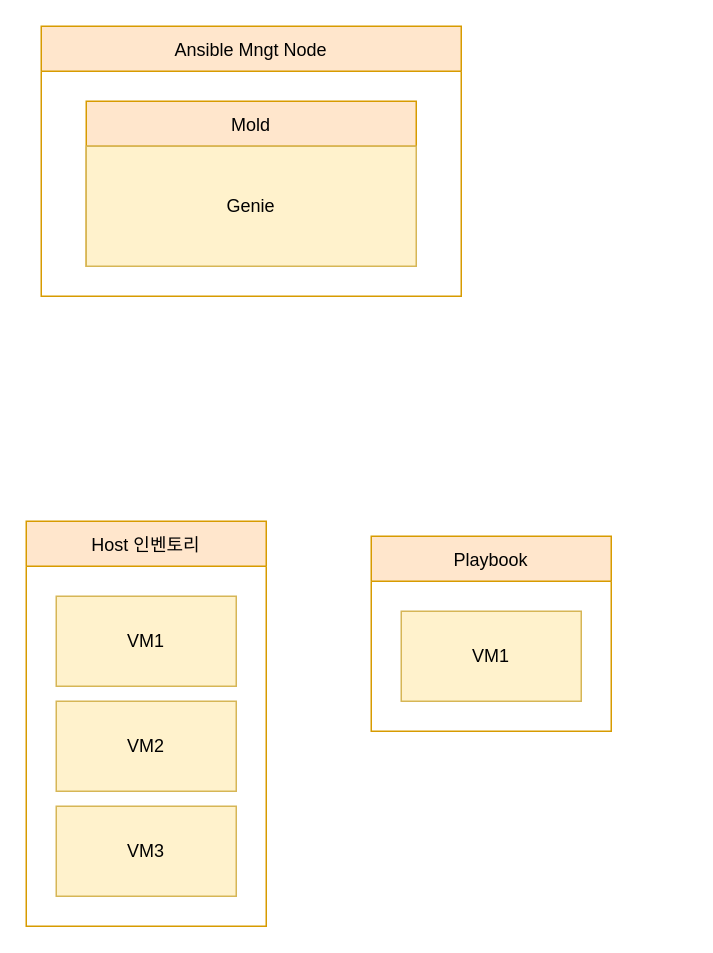
stardom3645/wiki keeps this draw.io diagram as Genie.drawio. Above is the earlier version. Source tidied: cells renumbered, new cells numbered last; positions are measured from the earlier drawing's top-left corner, leaving out a move shared by most shapes. Both pictures are drawn from the tidied source at 150%, with x=0, y=0 at pixel (26, 26).
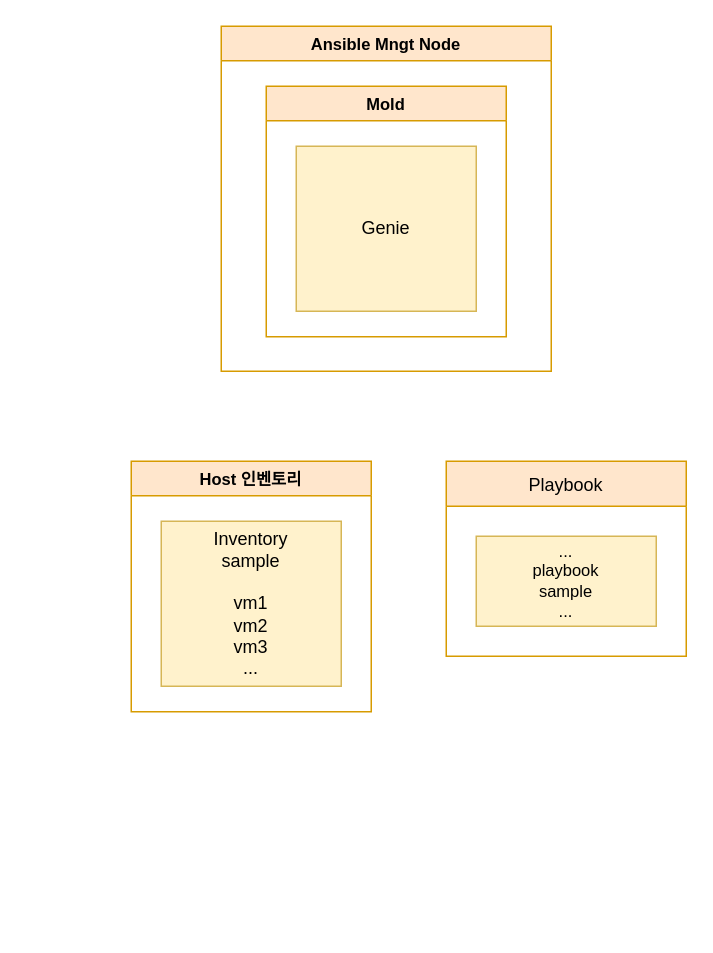
Above is the later version.

The edit, as a diff of the source:
```diff
@@
 <mxGraphModel>
   <root>
     <mxCell id="0" />
     <mxCell id="1" parent="0" />
+    <mxCell id="11" style="group;" parent="1" vertex="1">
+      <mxGeometry x="280" y="290" width="160" height="130" as="geometry" />
+    </mxCell>
+    <mxCell id="12" value="&lt;div style=&quot;font-size: 11px&quot;&gt;...&lt;/div&gt;&lt;div style=&quot;font-size: 11px&quot;&gt;playbook&lt;/div&gt;&lt;div style=&quot;font-size: 11px&quot;&gt;sample&lt;/div&gt;&lt;div style=&quot;font-size: 11px&quot;&gt;...&lt;/div&gt;" style="rounded=0;whiteSpace=wrap;html=1;fillColor=#fff2cc;strokeColor=#d6b656;" parent="11" vertex="1">
+      <mxGeometry x="20" y="50" width="120" height="60" as="geometry" />
+    </mxCell>
+    <mxCell id="13" value="Playbook" style="swimlane;fontStyle=0;horizontal=1;startSize=30;fillColor=#ffe6cc;strokeColor=#d79b00;" parent="11" vertex="1">
+      <mxGeometry width="160" height="130" as="geometry" />
+    </mxCell>
+    <mxCell id="10" value="Host 인벤토리" style="swimlane;fontSize=11;fillColor=#ffe6cc;strokeColor=#d79b00;" parent="1" vertex="1">
+      <mxGeometry x="70" y="290" width="160" height="167" as="geometry" />
+    </mxCell>
+    <mxCell id="14" value="Inventory&lt;br&gt;sample&lt;br&gt;&lt;br&gt;vm1&lt;br&gt;vm2&lt;br&gt;vm3&lt;br&gt;..." style="rounded=0;whiteSpace=wrap;html=1;fillColor=#fff2cc;strokeColor=#d6b656;" parent="10" vertex="1">
+      <mxGeometry x="20" y="40" width="120" height="110" as="geometry" />
+    </mxCell>
-    <mxCell id="2" value="Ansible Mngt Node" style="swimlane;fontStyle=0;horizontal=1;startSize=30;fillColor=#ffe6cc;strokeColor=#d79b00;" parent="1" vertex="1">
-      <mxGeometry x="10" width="280" height="180" as="geometry" />
+    <mxCell id="2" value="Ansible Mngt Node" style="swimlane;fontSize=11;fillColor=#ffe6cc;strokeColor=#d79b00;" parent="1" vertex="1">
+      <mxGeometry x="130" width="220" height="230" as="geometry" />
     </mxCell>
-    <mxCell id="3" value="Mold" style="swimlane;fontStyle=0;horizontal=1;startSize=30;fillColor=#ffe6cc;strokeColor=#d79b00;" parent="1" vertex="1">
-      <mxGeometry x="40" y="50" width="220" height="110" as="geometry" />
+    <mxCell id="3" value="Mold" style="swimlane;fontSize=11;fillColor=#ffe6cc;strokeColor=#d79b00;" parent="2" vertex="1">
+      <mxGeometry x="30" y="40" width="160" height="167" as="geometry" />
     </mxCell>
     <mxCell id="4" value="Genie" style="rounded=0;whiteSpace=wrap;html=1;fillColor=#fff2cc;strokeColor=#d6b656;" parent="3" vertex="1">
-      <mxGeometry y="30" width="220" height="80" as="geometry" />
+      <mxGeometry x="20" y="40" width="120" height="110" as="geometry" />
     </mxCell>
-    <mxCell id="5" style="group;" parent="1" vertex="1">
-      <mxGeometry y="330" width="160" height="270" as="geometry" />
-    </mxCell>
-    <mxCell id="6" style="group;" parent="5" vertex="1">
-      <mxGeometry width="160" height="270" as="geometry" />
-    </mxCell>
-    <mxCell id="7" value="VM1" style="rounded=0;whiteSpace=wrap;html=1;fillColor=#fff2cc;strokeColor=#d6b656;" parent="6" vertex="1">
-      <mxGeometry x="20" y="50" width="120" height="60" as="geometry" />
-    </mxCell>
-    <mxCell id="8" value="VM2" style="rounded=0;whiteSpace=wrap;html=1;fillColor=#fff2cc;strokeColor=#d6b656;" parent="6" vertex="1">
-      <mxGeometry x="20" y="120" width="120" height="60" as="geometry" />
-    </mxCell>
-    <mxCell id="9" value="VM3" style="rounded=0;whiteSpace=wrap;html=1;fillColor=#fff2cc;strokeColor=#d6b656;" parent="6" vertex="1">
-      <mxGeometry x="20" y="190" width="120" height="60" as="geometry" />
-    </mxCell>
-    <mxCell id="10" value="Host 인벤토리" style="swimlane;fontStyle=0;horizontal=1;startSize=30;fillColor=#ffe6cc;strokeColor=#d79b00;" parent="6" vertex="1">
-      <mxGeometry width="160" height="270" as="geometry" />
-    </mxCell>
-    <mxCell id="11" style="group;" parent="1" vertex="1">
-      <mxGeometry x="230" y="340" width="160" height="130" as="geometry" />
-    </mxCell>
-    <mxCell id="12" value="VM1" style="rounded=0;whiteSpace=wrap;html=1;fillColor=#fff2cc;strokeColor=#d6b656;" parent="11" vertex="1">
-      <mxGeometry x="20" y="50" width="120" height="60" as="geometry" />
-    </mxCell>
-    <mxCell id="13" value="Playbook" style="swimlane;fontStyle=0;horizontal=1;startSize=30;fillColor=#ffe6cc;strokeColor=#d79b00;" parent="11" vertex="1">
-      <mxGeometry width="160" height="130" as="geometry" />
-    </mxCell>
   </root>
 </mxGraphModel>
```
